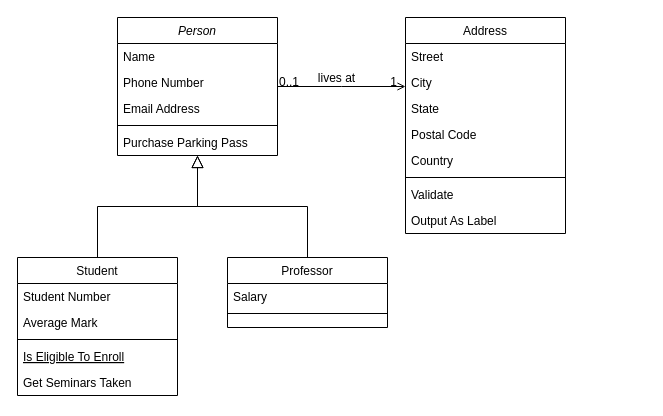
The draw.io diagram 软件工程.drawio in 1870944317/Hello-GitHub, before the edit. Source tidied: cells renumbered, new cells numbered last; positions are measured from the earlier drawing's top-left corner, leaving out a move shared by most shapes. Both pictures are drawn from the tidied source at 100%, with x=0, y=0 at pixel (17, 17).
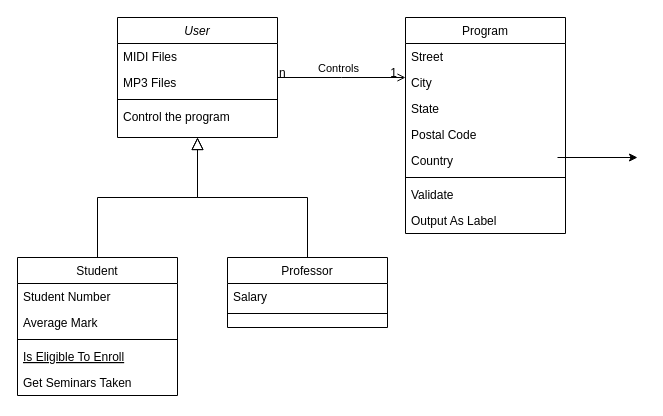
After the change.

Commit message (it also covers changes not shown here):
更新软件工程.drawio

The change refers to these unchanged cells:
```xml
<mxCell id="28" style="endArrow=open;shadow=0;strokeWidth=1;rounded=0;endFill=1;edgeStyle=elbowEdgeStyle;elbow=vertical;" parent="1" edge="1" source="2" target="19">
  <mxGeometry x="0.5" y="41" relative="1" as="geometry">
    <mxPoint x="-40" y="32" as="offset" />
  </mxGeometry>
</mxCell>
```

The edit, as a diff of the source:
```diff
@@
-    <mxCell id="2" value="Person" style="swimlane;fontStyle=2;align=center;verticalAlign=top;horizontal=1;startSize=26;rounded=0;shadow=0;strokeWidth=1;" parent="1" vertex="1">
-      <mxGeometry x="100" width="160" height="138" as="geometry" />
+    <mxCell id="2" value="User" style="swimlane;fontStyle=2;align=center;verticalAlign=top;horizontal=1;startSize=26;rounded=0;shadow=0;strokeWidth=1;" parent="1" vertex="1">
+      <mxGeometry x="100" width="160" height="120" as="geometry" />
     </mxCell>
-    <mxCell id="3" value="Name" style="text;align=left;verticalAlign=top;spacingLeft=4;spacingRight=4;overflow=hidden;" parent="2" vertex="1">
+    <mxCell id="3" value="MIDI Files" style="text;align=left;verticalAlign=top;spacingLeft=4;spacingRight=4;overflow=hidden;" parent="2" vertex="1">
       <mxGeometry y="26" width="160" height="26" as="geometry" />
     </mxCell>
-    <mxCell id="4" value="Phone Number" style="text;align=left;verticalAlign=top;spacingLeft=4;spacingRight=4;overflow=hidden;rounded=0;shadow=0;html=0;" parent="2" vertex="1">
+    <mxCell id="4" value="MP3 Files" style="text;align=left;verticalAlign=top;spacingLeft=4;spacingRight=4;overflow=hidden;rounded=0;shadow=0;html=0;" parent="2" vertex="1">
       <mxGeometry y="52" width="160" height="26" as="geometry" />
     </mxCell>
-    <mxCell id="5" value="Email Address" style="text;align=left;verticalAlign=top;spacingLeft=4;spacingRight=4;overflow=hidden;rounded=0;shadow=0;html=0;" parent="2" vertex="1">
-      <mxGeometry y="78" width="160" height="26" as="geometry" />
-    </mxCell>
     <mxCell id="6" style="line;html=1;strokeWidth=1;align=left;verticalAlign=middle;spacingTop=-1;spacingLeft=3;spacingRight=3;labelPosition=right;" parent="2" vertex="1">
-      <mxGeometry y="104" width="160" height="8" as="geometry" />
+      <mxGeometry y="78" width="160" height="8" as="geometry" />
     </mxCell>
-    <mxCell id="7" value="Purchase Parking Pass" style="text;align=left;verticalAlign=top;spacingLeft=4;spacingRight=4;overflow=hidden;" parent="2" vertex="1">
-      <mxGeometry y="112" width="160" height="26" as="geometry" />
+    <mxCell id="7" value="Control the program" style="text;align=left;verticalAlign=top;spacingLeft=4;spacingRight=4;overflow=hidden;" parent="2" vertex="1">
+      <mxGeometry y="86" width="160" height="26" as="geometry" />
     </mxCell>
@@
-    <mxCell id="19" value="Address" style="swimlane;fontStyle=0;align=center;verticalAlign=top;horizontal=1;startSize=26;rounded=0;shadow=0;strokeWidth=1;" parent="1" vertex="1">
+    <mxCell id="19" value="Program" style="swimlane;fontStyle=0;align=center;verticalAlign=top;horizontal=1;startSize=26;rounded=0;shadow=0;strokeWidth=1;" parent="1" vertex="1">
       <mxGeometry x="388" width="160" height="216" as="geometry" />
     </mxCell>
@@
-    <mxCell id="29" value="0..1" style="align=left;verticalAlign=bottom;labelBackgroundColor=none;fontSize=12;" parent="28" vertex="1">
+    <mxCell id="29" value="n" style="align=left;verticalAlign=bottom;labelBackgroundColor=none;fontSize=12;" parent="28" vertex="1">
       <mxGeometry x="-1" relative="1" as="geometry">
         <mxPoint y="4" as="offset" />
       </mxGeometry>
     </mxCell>
@@
-    <mxCell id="31" value="lives at" style="text;html=1;align=center;verticalAlign=middle;labelBackgroundColor=none;rounded=0;shadow=0;strokeWidth=1;fontSize=12;" parent="28" vertex="1">
-      <mxGeometry x="0.5" y="49" relative="1" as="geometry">
-        <mxPoint x="-38" y="40" as="offset" />
-      </mxGeometry>
-    </mxCell>
+    <mxCell id="32" value="Controls" style="edgeLabel;html=1;align=center;verticalAlign=middle;" parent="28" vertex="1">
+      <mxGeometry x="0.25" y="-4" relative="1" as="geometry">
+        <mxPoint x="-20" y="-14" as="offset" />
+      </mxGeometry>
+    </mxCell>
+    <mxCell id="33" style="edgeStyle=none;orthogonalLoop=1;jettySize=auto;html=1;rounded=0;" parent="1" edge="1">
+      <mxGeometry relative="1" as="geometry">
+        <mxPoint x="540" y="140" as="sourcePoint" />
+        <mxPoint x="620" y="140" as="targetPoint" />
+      </mxGeometry>
+    </mxCell>
```
